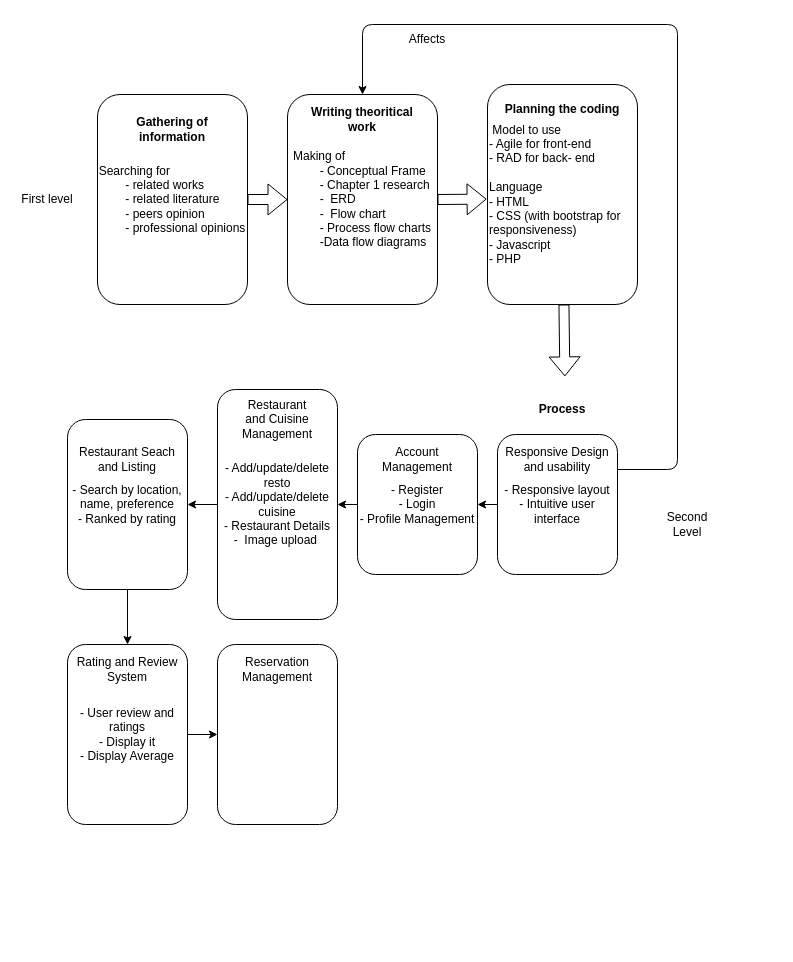
Above: conceptual.drawio in AriesJ12/Full-fledge-website-first- (draw.io), before the change. Source tidied: cells renumbered, new cells numbered last; positions are measured from the earlier drawing's top-left corner, leaving out a move shared by most shapes. Both pictures are drawn from the tidied source at 100%, with x=0, y=0 at pixel (17, 24).
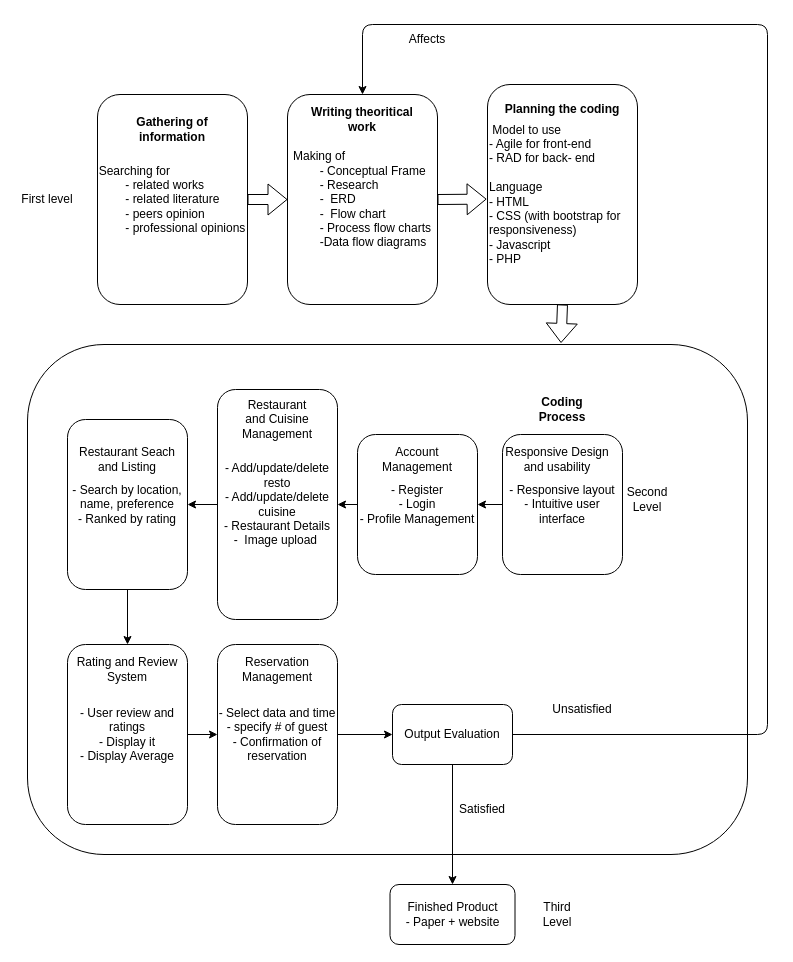
After the change.

Commit message (it also covers changes not shown here):
finished table and conceptual

The change refers to these unchanged cells:
```xml
<mxCell id="6" value="&amp;nbsp;Model to use&lt;br&gt;&lt;span style=&quot;&quot;&gt;&#9;&lt;/span&gt;- Agile for front-end&lt;br&gt;&lt;span style=&quot;&quot;&gt;&#9;&lt;/span&gt;- RAD for back- end&lt;br&gt;&lt;br&gt;Language&lt;br&gt;- HTML&lt;br&gt;- CSS (with bootstrap for responsiveness)&lt;br&gt;- Javascript&lt;br&gt;- PHP" style="rounded=1;whiteSpace=wrap;html=1;align=left;" parent="1" vertex="1">
  <mxGeometry x="470" y="60" width="150" height="220" as="geometry" />
</mxCell>
<mxCell id="8" value="&lt;b&gt;Writing theoritical work&lt;/b&gt;" style="text;html=1;strokeColor=none;fillColor=none;align=center;verticalAlign=middle;whiteSpace=wrap;rounded=0;" parent="1" vertex="1">
  <mxGeometry x="280" y="70" width="130" height="50" as="geometry" />
</mxCell>
```

Change to the diagram source:
```diff
@@
+    <mxCell id="33" style="rounded=1;whiteSpace=wrap;html=1;" parent="1" vertex="1">
+      <mxGeometry x="10" y="320" width="720" height="510" as="geometry" />
+    </mxCell>
@@
-    <mxCell id="4" value="&lt;div style=&quot;text-align: left;&quot;&gt;&lt;span style=&quot;background-color: initial;&quot;&gt;Making of&lt;/span&gt;&lt;/div&gt;&lt;div style=&quot;text-align: left;&quot;&gt;&lt;span style=&quot;background-color: initial;&quot;&gt;&lt;span style=&quot;white-space: pre;&quot;&gt;&#9;&lt;/span&gt;- Conceptual Frame&lt;br&gt;&lt;/span&gt;&lt;/div&gt;&lt;div style=&quot;text-align: left;&quot;&gt;&lt;span style=&quot;background-color: initial;&quot;&gt;&lt;span style=&quot;white-space: pre;&quot;&gt;&#9;&lt;/span&gt;- Chapter 1 research&lt;br&gt;&lt;/span&gt;&lt;/div&gt;&lt;div style=&quot;text-align: left;&quot;&gt;&lt;span style=&quot;background-color: initial;&quot;&gt;&lt;span style=&quot;white-space: pre;&quot;&gt;&#9;&lt;/span&gt;-&amp;nbsp; ERD&lt;br&gt;&lt;/span&gt;&lt;/div&gt;&lt;div style=&quot;text-align: left;&quot;&gt;&lt;span style=&quot;background-color: initial;&quot;&gt;&lt;span style=&quot;white-space: pre;&quot;&gt;&#9;&lt;/span&gt;-&amp;nbsp; Flow chart&lt;br&gt;&lt;/span&gt;&lt;/div&gt;&lt;div style=&quot;text-align: left;&quot;&gt;&lt;span style=&quot;background-color: initial;&quot;&gt;&lt;span style=&quot;white-space: pre;&quot;&gt;&#9;&lt;/span&gt;- Process flow charts&lt;br&gt;&lt;/span&gt;&lt;/div&gt;&lt;div style=&quot;text-align: left;&quot;&gt;&lt;span style=&quot;background-color: initial;&quot;&gt;&lt;span style=&quot;white-space: pre;&quot;&gt;&#9;&lt;/span&gt;-Data flow diagrams&lt;br&gt;&lt;/span&gt;&lt;/div&gt;" style="rounded=1;whiteSpace=wrap;html=1;" parent="1" vertex="1">
+    <mxCell id="4" value="&lt;div style=&quot;text-align: left;&quot;&gt;&lt;span style=&quot;background-color: initial;&quot;&gt;Making of&lt;/span&gt;&lt;/div&gt;&lt;div style=&quot;text-align: left;&quot;&gt;&lt;span style=&quot;background-color: initial;&quot;&gt;&lt;span style=&quot;white-space: pre;&quot;&gt;&#9;&lt;/span&gt;- Conceptual Frame&lt;br&gt;&lt;/span&gt;&lt;/div&gt;&lt;div style=&quot;text-align: left;&quot;&gt;&lt;span style=&quot;background-color: initial;&quot;&gt;&lt;span style=&quot;white-space: pre;&quot;&gt;&#9;&lt;/span&gt;- Research&lt;br&gt;&lt;/span&gt;&lt;/div&gt;&lt;div style=&quot;text-align: left;&quot;&gt;&lt;span style=&quot;background-color: initial;&quot;&gt;&lt;span style=&quot;white-space: pre;&quot;&gt;&#9;&lt;/span&gt;-&amp;nbsp; ERD&lt;br&gt;&lt;/span&gt;&lt;/div&gt;&lt;div style=&quot;text-align: left;&quot;&gt;&lt;span style=&quot;background-color: initial;&quot;&gt;&lt;span style=&quot;white-space: pre;&quot;&gt;&#9;&lt;/span&gt;-&amp;nbsp; Flow chart&lt;br&gt;&lt;/span&gt;&lt;/div&gt;&lt;div style=&quot;text-align: left;&quot;&gt;&lt;span style=&quot;background-color: initial;&quot;&gt;&lt;span style=&quot;white-space: pre;&quot;&gt;&#9;&lt;/span&gt;- Process flow charts&lt;br&gt;&lt;/span&gt;&lt;/div&gt;&lt;div style=&quot;text-align: left;&quot;&gt;&lt;span style=&quot;background-color: initial;&quot;&gt;&lt;span style=&quot;white-space: pre;&quot;&gt;&#9;&lt;/span&gt;-Data flow diagrams&lt;br&gt;&lt;/span&gt;&lt;/div&gt;" style="rounded=1;whiteSpace=wrap;html=1;" parent="1" vertex="1">
       <mxGeometry x="270" y="70" width="150" height="210" as="geometry" />
     </mxCell>
-    <mxCell id="5" style="edgeStyle=none;shape=flexArrow;html=1;entryX=0.868;entryY=0.009;entryDx=0;entryDy=0;entryPerimeter=0;" parent="1" edge="1" source="6">
-      <mxGeometry relative="1" as="geometry">
-        <mxPoint x="547.4" y="351.9" as="targetPoint" />
-      </mxGeometry>
-    </mxCell>
+    <mxCell id="34" style="edgeStyle=none;html=1;exitX=0.5;exitY=1;exitDx=0;exitDy=0;entryX=0.741;entryY=-0.003;entryDx=0;entryDy=0;entryPerimeter=0;shape=flexArrow;" parent="1" edge="1" source="6" target="33">
+      <mxGeometry relative="1" as="geometry" />
+    </mxCell>
@@
-    <mxCell id="9" style="edgeStyle=none;html=1;exitX=1;exitY=0.25;exitDx=0;exitDy=0;entryX=0.5;entryY=0;entryDx=0;entryDy=0;" parent="1" edge="1" source="17" target="8">
+    <mxCell id="9" style="edgeStyle=none;html=1;exitX=1;exitY=0.5;exitDx=0;exitDy=0;entryX=0.5;entryY=0;entryDx=0;entryDy=0;" parent="1" edge="1" source="37" target="8">
       <mxGeometry relative="1" as="geometry">
         <Array as="points">
-          <mxPoint x="660" y="445" />
-          <mxPoint x="660" />
+          <mxPoint x="750" y="710" />
+          <mxPoint x="750" />
           <mxPoint x="345" />
         </Array>
       </mxGeometry>
     </mxCell>
-    <mxCell id="10" value="&lt;b&gt;Process&lt;/b&gt;" style="text;html=1;strokeColor=none;fillColor=none;align=center;verticalAlign=middle;whiteSpace=wrap;rounded=0;" parent="1" vertex="1">
+    <mxCell id="10" value="&lt;b&gt;Coding Process&lt;/b&gt;" style="text;html=1;strokeColor=none;fillColor=none;align=center;verticalAlign=middle;whiteSpace=wrap;rounded=0;" parent="1" vertex="1">
       <mxGeometry x="515" y="370" width="60" height="30" as="geometry" />
     </mxCell>
@@
     <mxCell id="12" value="Second Level" style="text;html=1;strokeColor=none;fillColor=none;align=center;verticalAlign=middle;whiteSpace=wrap;rounded=0;" parent="1" vertex="1">
-      <mxGeometry x="640" y="485" width="60" height="30" as="geometry" />
+      <mxGeometry x="600" y="460" width="60" height="30" as="geometry" />
     </mxCell>
@@
     <mxCell id="17" value="- Responsive layout&lt;br&gt;- Intuitive user interface" style="rounded=1;whiteSpace=wrap;html=1;" parent="1" vertex="1">
-      <mxGeometry x="480" y="410" width="120" height="140" as="geometry" />
+      <mxGeometry x="485" y="410" width="120" height="140" as="geometry" />
     </mxCell>
@@
+    <mxCell id="35" style="edgeStyle=none;html=1;exitX=1;exitY=0.5;exitDx=0;exitDy=0;entryX=0;entryY=0.5;entryDx=0;entryDy=0;" parent="1" edge="1" source="31" target="37">
+      <mxGeometry relative="1" as="geometry" />
+    </mxCell>
-    <mxCell id="31" style="rounded=1;whiteSpace=wrap;html=1;" parent="1" vertex="1">
+    <mxCell id="31" value="- Select data and time&lt;br&gt;- specify # of guest&lt;br&gt;- Confirmation of reservation" style="rounded=1;whiteSpace=wrap;html=1;" parent="1" vertex="1">
       <mxGeometry x="200" y="620" width="120" height="180" as="geometry" />
     </mxCell>
@@
+    <mxCell id="36" style="edgeStyle=none;html=1;exitX=0.5;exitY=1;exitDx=0;exitDy=0;entryX=0.5;entryY=0;entryDx=0;entryDy=0;" parent="1" edge="1" source="37" target="39">
+      <mxGeometry relative="1" as="geometry" />
+    </mxCell>
+    <mxCell id="37" value="Output Evaluation" style="rounded=1;whiteSpace=wrap;html=1;" parent="1" vertex="1">
+      <mxGeometry x="375" y="680" width="120" height="60" as="geometry" />
+    </mxCell>
+    <mxCell id="38" value="Unsatisfied" style="text;html=1;strokeColor=none;fillColor=none;align=center;verticalAlign=middle;whiteSpace=wrap;rounded=0;" parent="1" vertex="1">
+      <mxGeometry x="535" y="670" width="60" height="30" as="geometry" />
+    </mxCell>
+    <mxCell id="39" value="Finished Product&lt;br&gt;- Paper + website" style="rounded=1;whiteSpace=wrap;html=1;" parent="1" vertex="1">
+      <mxGeometry x="372.5" y="860" width="125" height="60" as="geometry" />
+    </mxCell>
+    <mxCell id="40" value="Third Level" style="text;html=1;strokeColor=none;fillColor=none;align=center;verticalAlign=middle;whiteSpace=wrap;rounded=0;" parent="1" vertex="1">
+      <mxGeometry x="510" y="875" width="60" height="30" as="geometry" />
+    </mxCell>
+    <mxCell id="41" value="Satisfied" style="text;html=1;strokeColor=none;fillColor=none;align=center;verticalAlign=middle;whiteSpace=wrap;rounded=0;" parent="1" vertex="1">
+      <mxGeometry x="435" y="770" width="60" height="30" as="geometry" />
+    </mxCell>
```
